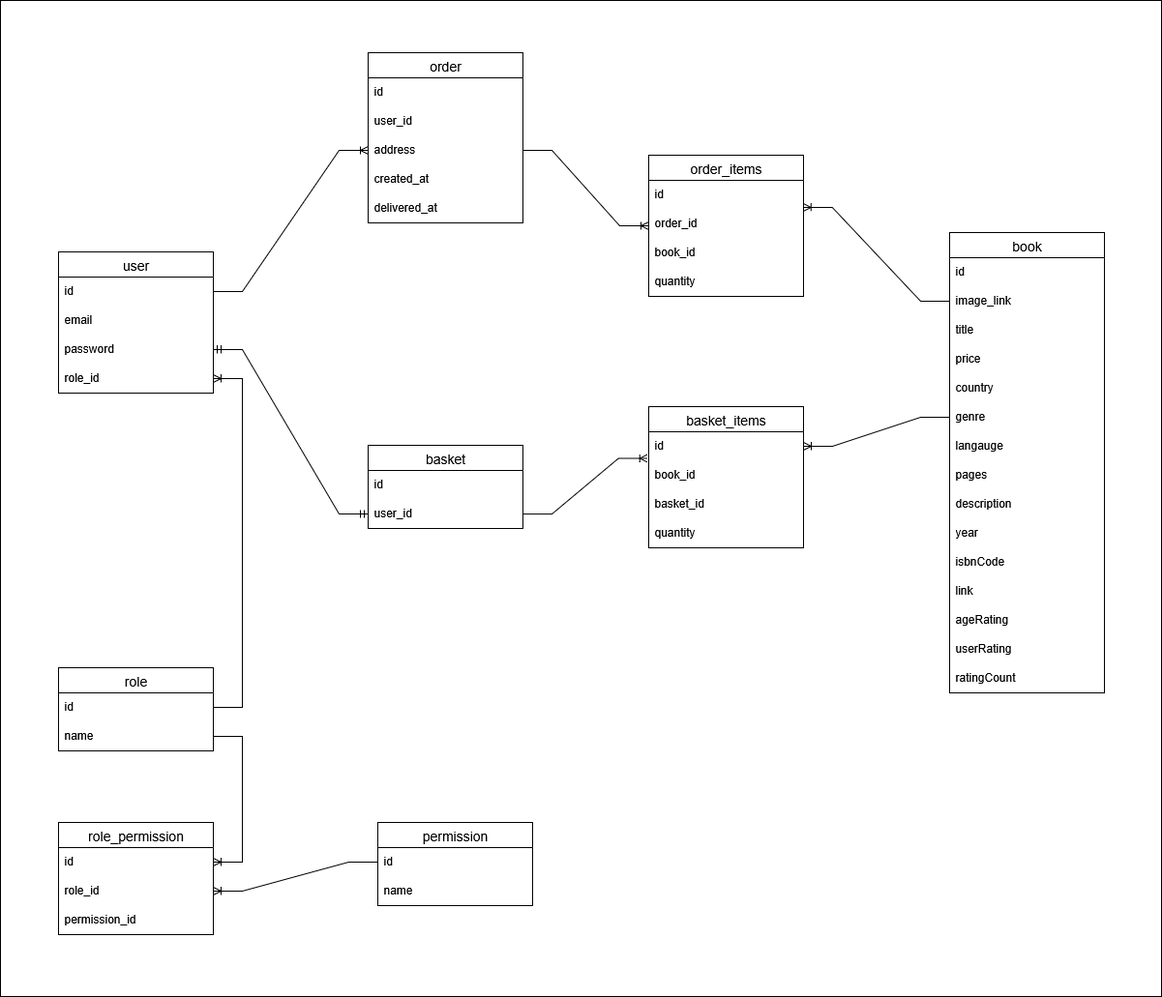
avcshka/book-store-server keeps this draw.io diagram as docs/pet-project-er-diagram.png. Above is the earlier version. Source tidied: cells renumbered, new cells last; positions are measured from the earlier drawing's top-left corner, leaving out a move shared by most shapes.
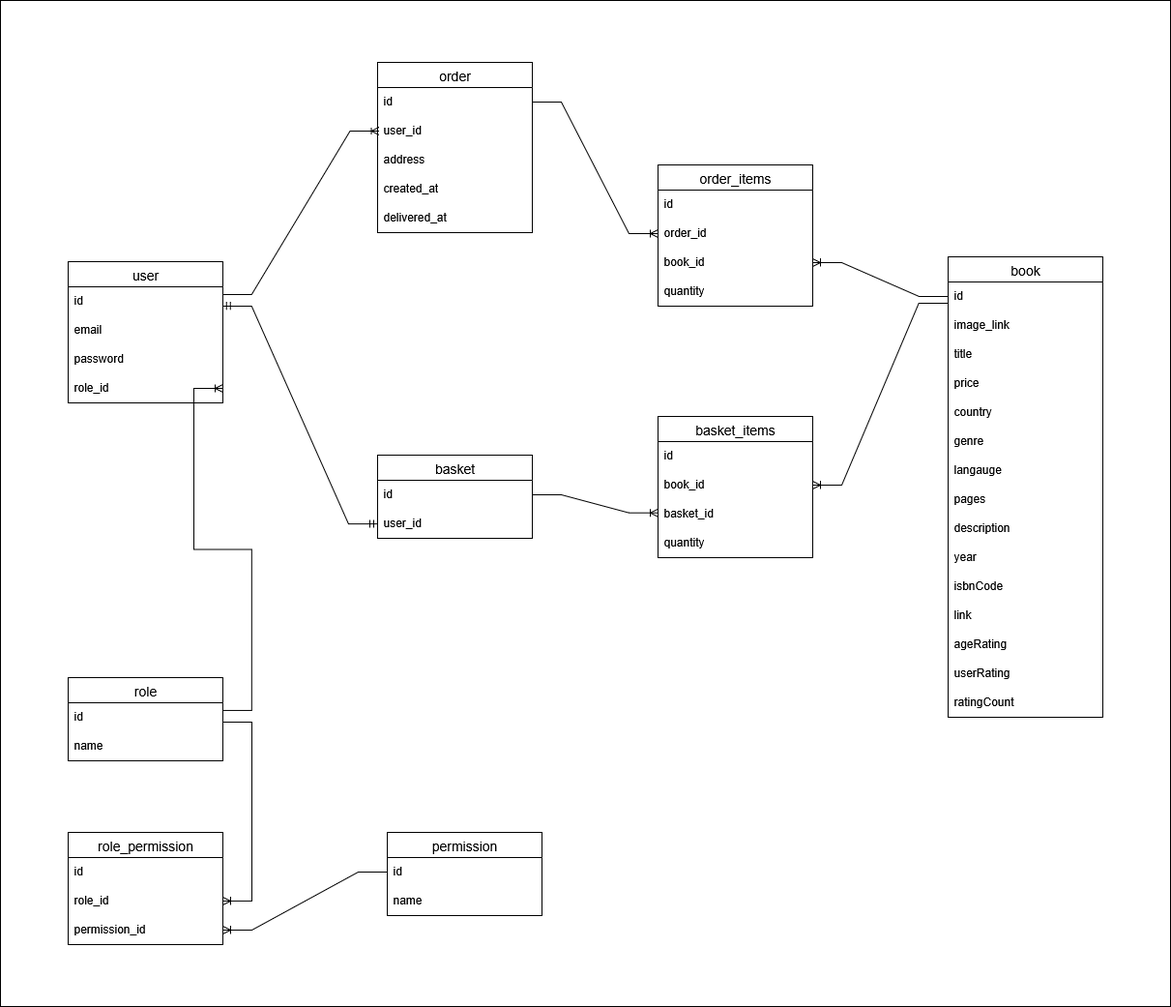
The same file after the commit.

Commit message:
Chore: fix entities styling.

The edit, as a diff of the source:
```diff
@@ -2,18 +2,18 @@
   <root>
     <mxCell id="0" />
     <mxCell id="1" parent="0" />
-    <mxCell id="2" style="rounded=0;whiteSpace=wrap;html=1;" parent="1" vertex="1">
-      <mxGeometry width="1200" height="1030" as="geometry" />
-    </mxCell>
+    <mxCell id="62" style="rounded=0;whiteSpace=wrap;html=1;" parent="1" vertex="1">
+      <mxGeometry x="-10" y="-10" width="1210" height="1040" as="geometry" />
+    </mxCell>
     <mxCell id="3" value="order" style="swimlane;fontStyle=0;horizontal=1;startSize=26;align=center;fontSize=14;" parent="1" vertex="1">
       <mxGeometry x="380" y="54" width="160" height="176" as="geometry" />
     </mxCell>
     <mxCell id="4" value="id&lt;span style=&quot;white-space: pre;&quot;&gt;&#9;&lt;/span&gt;" style="text;strokeColor=none;fillColor=none;spacingLeft=4;spacingRight=4;overflow=hidden;points=[[0,0.5],[1,0.5]];portConstraint=eastwest;fontSize=12;whiteSpace=wrap;html=1;" parent="3" vertex="1">
       <mxGeometry y="26" width="160" height="30" as="geometry" />
     </mxCell>
-    <mxCell id="5" value="user_id" style="text;strokeColor=none;fillColor=none;spacingLeft=4;spacingRight=4;overflow=hidden;fontSize=12;whiteSpace=wrap;html=1;" parent="3" vertex="1">
-      <mxGeometry y="56" width="160" height="30" as="geometry" />
-    </mxCell>
+    <mxCell id="63" value="user_id" style="text;strokeColor=none;fillColor=none;spacingLeft=4;spacingRight=4;overflow=hidden;fontSize=12;whiteSpace=wrap;html=1;" parent="3" vertex="1">
+      <mxGeometry y="56" width="160" height="30" as="geometry" />
+    </mxCell>
     <mxCell id="6" value="address" style="text;strokeColor=none;fillColor=none;spacingLeft=4;spacingRight=4;overflow=hidden;fontSize=12;whiteSpace=wrap;html=1;" parent="3" vertex="1">
       <mxGeometry y="86" width="160" height="30" as="geometry" />
     </mxCell>
@@ -24,11 +24,11 @@
       <mxGeometry y="146" width="160" height="30" as="geometry" />
     </mxCell>
     <mxCell id="9" value="book" style="swimlane;fontStyle=0;horizontal=1;startSize=26;align=center;fontSize=14;" parent="1" vertex="1">
-      <mxGeometry x="981" y="240" width="160" height="476" as="geometry" />
+      <mxGeometry x="970" y="255" width="160" height="476" as="geometry" />
     </mxCell>
-    <mxCell id="10" value="id" style="text;strokeColor=none;fillColor=none;spacingLeft=4;spacingRight=4;overflow=hidden;fontSize=12;whiteSpace=wrap;html=1;" parent="9" vertex="1">
-      <mxGeometry y="26" width="160" height="30" as="geometry" />
-    </mxCell>
+    <mxCell id="64" value="id" style="text;strokeColor=none;fillColor=none;spacingLeft=4;spacingRight=4;overflow=hidden;points=[[0,0.5],[1,0.5]];portConstraint=eastwest;fontSize=12;whiteSpace=wrap;html=1;" parent="9" vertex="1">
+      <mxGeometry y="26" width="160" height="30" as="geometry" />
+    </mxCell>
     <mxCell id="11" value="image_link" style="text;strokeColor=none;fillColor=none;spacingLeft=4;spacingRight=4;overflow=hidden;points=[[0,0.5],[1,0.5]];portConstraint=eastwest;fontSize=12;whiteSpace=wrap;html=1;" parent="9" vertex="1">
       <mxGeometry y="56" width="160" height="30" as="geometry" />
     </mxCell>
@@ -74,9 +74,9 @@
     <mxCell id="25" value="user" style="swimlane;fontStyle=0;horizontal=1;startSize=26;align=center;fontSize=14;" parent="1" vertex="1">
       <mxGeometry x="60" y="260" width="160" height="146" as="geometry" />
     </mxCell>
-    <mxCell id="26" value="&lt;span style=&quot;white-space: pre;&quot;&gt;id&#9;&lt;/span&gt;" style="text;strokeColor=none;fillColor=none;spacingLeft=4;spacingRight=4;overflow=hidden;points=[[0,0.5],[1,0.5]];portConstraint=eastwest;fontSize=12;whiteSpace=wrap;html=1;" parent="25" vertex="1">
-      <mxGeometry y="26" width="160" height="30" as="geometry" />
-    </mxCell>
+    <mxCell id="65" value="&lt;span style=&quot;white-space: pre;&quot;&gt;id&#9;&lt;/span&gt;" style="text;strokeColor=none;fillColor=none;spacingLeft=4;spacingRight=4;overflow=hidden;points=[[0,0.5],[1,0.5]];portConstraint=eastwest;fontSize=12;whiteSpace=wrap;html=1;" parent="25" vertex="1">
+      <mxGeometry y="26" width="160" height="30" as="geometry" />
+    </mxCell>
     <mxCell id="27" value="email" style="text;strokeColor=none;fillColor=none;spacingLeft=4;spacingRight=4;overflow=hidden;fontSize=12;whiteSpace=wrap;html=1;" parent="25" vertex="1">
       <mxGeometry y="56" width="160" height="30" as="geometry" />
     </mxCell>
@@ -89,102 +89,100 @@
     <mxCell id="30" value="role" style="swimlane;fontStyle=0;horizontal=1;startSize=26;align=center;fontSize=14;" parent="1" vertex="1">
       <mxGeometry x="60" y="690" width="160" height="86" as="geometry" />
     </mxCell>
-    <mxCell id="31" value="id" style="text;strokeColor=none;fillColor=none;spacingLeft=4;spacingRight=4;overflow=hidden;points=[[0,0.5],[1,0.5]];portConstraint=eastwest;fontSize=12;whiteSpace=wrap;html=1;" parent="30" vertex="1">
-      <mxGeometry y="26" width="160" height="30" as="geometry" />
-    </mxCell>
-    <mxCell id="32" value="name" style="text;strokeColor=none;fillColor=none;spacingLeft=4;spacingRight=4;overflow=hidden;points=[[0,0.5],[1,0.5]];portConstraint=eastwest;fontSize=12;whiteSpace=wrap;html=1;" parent="30" vertex="1">
-      <mxGeometry y="56" width="160" height="30" as="geometry" />
-    </mxCell>
+    <mxCell id="66" value="id" style="text;strokeColor=none;fillColor=none;spacingLeft=4;spacingRight=4;overflow=hidden;points=[[0,0.5],[1,0.5]];portConstraint=eastwest;fontSize=12;whiteSpace=wrap;html=1;" parent="30" vertex="1">
+      <mxGeometry y="26" width="160" height="30" as="geometry" />
+    </mxCell>
+    <mxCell id="67" value="name" style="text;strokeColor=none;fillColor=none;spacingLeft=4;spacingRight=4;overflow=hidden;fontSize=12;whiteSpace=wrap;html=1;" parent="30" vertex="1">
+      <mxGeometry y="56" width="160" height="30" as="geometry" />
+    </mxCell>
     <mxCell id="33" value="permission" style="swimlane;fontStyle=0;horizontal=1;startSize=26;align=center;fontSize=14;" parent="1" vertex="1">
       <mxGeometry x="390" y="850" width="160" height="86" as="geometry" />
     </mxCell>
-    <mxCell id="34" value="id" style="text;strokeColor=none;fillColor=none;spacingLeft=4;spacingRight=4;overflow=hidden;points=[[0,0.5],[1,0.5]];portConstraint=eastwest;fontSize=12;whiteSpace=wrap;html=1;" parent="33" vertex="1">
-      <mxGeometry y="26" width="160" height="30" as="geometry" />
-    </mxCell>
-    <mxCell id="35" value="name" style="text;strokeColor=none;fillColor=none;spacingLeft=4;spacingRight=4;overflow=hidden;fontSize=12;whiteSpace=wrap;html=1;" parent="33" vertex="1">
-      <mxGeometry y="56" width="160" height="30" as="geometry" />
-    </mxCell>
+    <mxCell id="68" value="id" style="text;strokeColor=none;fillColor=none;spacingLeft=4;spacingRight=4;overflow=hidden;points=[[0,0.5],[1,0.5]];portConstraint=eastwest;fontSize=12;whiteSpace=wrap;html=1;" parent="33" vertex="1">
+      <mxGeometry y="26" width="160" height="30" as="geometry" />
+    </mxCell>
+    <mxCell id="69" value="name" style="text;strokeColor=none;fillColor=none;spacingLeft=4;spacingRight=4;overflow=hidden;fontSize=12;whiteSpace=wrap;html=1;" parent="33" vertex="1">
+      <mxGeometry y="56" width="160" height="30" as="geometry" />
+    </mxCell>
     <mxCell id="36" value="role_permission" style="swimlane;fontStyle=0;horizontal=1;startSize=26;align=center;fontSize=14;" parent="1" vertex="1">
       <mxGeometry x="60" y="850" width="160" height="116" as="geometry" />
     </mxCell>
-    <mxCell id="37" value="id" style="text;strokeColor=none;fillColor=none;spacingLeft=4;spacingRight=4;overflow=hidden;points=[[0,0.5],[1,0.5]];portConstraint=eastwest;fontSize=12;whiteSpace=wrap;html=1;" parent="36" vertex="1">
-      <mxGeometry y="26" width="160" height="30" as="geometry" />
-    </mxCell>
+    <mxCell id="70" value="id" style="text;strokeColor=none;fillColor=none;spacingLeft=4;spacingRight=4;overflow=hidden;fontSize=12;whiteSpace=wrap;html=1;" parent="36" vertex="1">
+      <mxGeometry y="26" width="160" height="30" as="geometry" />
+    </mxCell>
     <mxCell id="38" value="role_id" style="text;strokeColor=none;fillColor=none;spacingLeft=4;spacingRight=4;overflow=hidden;points=[[0,0.5],[1,0.5]];portConstraint=eastwest;fontSize=12;whiteSpace=wrap;html=1;" parent="36" vertex="1">
       <mxGeometry y="56" width="160" height="30" as="geometry" />
     </mxCell>
     <mxCell id="39" value="permission_id" style="text;strokeColor=none;fillColor=none;spacingLeft=4;spacingRight=4;overflow=hidden;points=[[0,0.5],[1,0.5]];portConstraint=eastwest;fontSize=12;whiteSpace=wrap;html=1;" parent="36" vertex="1">
       <mxGeometry y="86" width="160" height="30" as="geometry" />
     </mxCell>
-    <mxCell id="40" style="edgeStyle=entityRelationEdgeStyle;fontSize=12;html=1;endArrow=ERoneToMany;rounded=0;exitX=1;exitY=0.5;exitDx=0;exitDy=0;entryX=1;entryY=0.5;entryDx=0;entryDy=0;" parent="1" edge="1" source="31" target="29">
-      <mxGeometry relative="1" as="geometry" />
-    </mxCell>
-    <mxCell id="41" style="edgeStyle=entityRelationEdgeStyle;fontSize=12;html=1;endArrow=ERoneToMany;rounded=0;exitX=1;exitY=0.5;exitDx=0;exitDy=0;entryX=1;entryY=0.5;entryDx=0;entryDy=0;" parent="1" edge="1" source="32" target="37">
-      <mxGeometry relative="1" as="geometry" />
-    </mxCell>
-    <mxCell id="42" style="edgeStyle=entityRelationEdgeStyle;fontSize=12;html=1;endArrow=ERoneToMany;rounded=0;entryX=1;entryY=0.5;entryDx=0;entryDy=0;exitX=0;exitY=0.5;exitDx=0;exitDy=0;" parent="1" edge="1" source="34" target="38">
-      <mxGeometry relative="1" as="geometry" />
-    </mxCell>
+    <mxCell id="71" style="edgeStyle=entityRelationEdgeStyle;fontSize=12;html=1;endArrow=ERoneToMany;rounded=0;exitX=0.999;exitY=0.265;exitDx=0;exitDy=0;entryX=1;entryY=0.5;entryDx=0;entryDy=0;exitPerimeter=0;" parent="1" edge="1" source="66" target="29">
+      <mxGeometry relative="1" as="geometry" />
+    </mxCell>
+    <mxCell id="72" style="edgeStyle=entityRelationEdgeStyle;fontSize=12;html=1;endArrow=ERoneToMany;rounded=0;exitX=1;exitY=0.668;exitDx=0;exitDy=0;entryX=1;entryY=0.5;entryDx=0;entryDy=0;exitPerimeter=0;" parent="1" edge="1" source="66" target="38">
+      <mxGeometry relative="1" as="geometry" />
+    </mxCell>
+    <mxCell id="73" style="edgeStyle=entityRelationEdgeStyle;fontSize=12;html=1;endArrow=ERoneToMany;rounded=0;entryX=1;entryY=0.5;entryDx=0;entryDy=0;exitX=0;exitY=0.5;exitDx=0;exitDy=0;" parent="1" edge="1" source="68" target="39">
+      <mxGeometry relative="1" as="geometry" />
+    </mxCell>
     <mxCell id="43" value="basket" style="swimlane;fontStyle=0;horizontal=1;startSize=26;align=center;fontSize=14;" parent="1" vertex="1">
       <mxGeometry x="380" y="460" width="160" height="86" as="geometry" />
     </mxCell>
-    <mxCell id="44" value="&lt;span style=&quot;white-space: pre;&quot;&gt;id&#9;&lt;/span&gt;" style="text;strokeColor=none;fillColor=none;spacingLeft=4;spacingRight=4;overflow=hidden;fontSize=12;whiteSpace=wrap;html=1;" parent="43" vertex="1">
-      <mxGeometry y="26" width="160" height="30" as="geometry" />
-    </mxCell>
-    <mxCell id="45" value="user_id" style="text;strokeColor=none;fillColor=none;spacingLeft=4;spacingRight=4;overflow=hidden;points=[[0,0.5],[1,0.5]];portConstraint=eastwest;fontSize=12;whiteSpace=wrap;html=1;" parent="43" vertex="1">
-      <mxGeometry y="56" width="160" height="30" as="geometry" />
-    </mxCell>
-    <mxCell id="46" style="edgeStyle=entityRelationEdgeStyle;fontSize=12;html=1;endArrow=ERmandOne;startArrow=ERmandOne;rounded=0;exitX=1;exitY=0.5;exitDx=0;exitDy=0;entryX=0;entryY=0.5;entryDx=0;entryDy=0;" parent="1" edge="1" source="28" target="45">
-      <mxGeometry relative="1" as="geometry" />
-    </mxCell>
-    <mxCell id="47" style="edgeStyle=entityRelationEdgeStyle;fontSize=12;html=1;endArrow=ERoneToMany;rounded=0;entryX=1;entryY=0.5;entryDx=0;entryDy=0;exitX=0;exitY=0.5;exitDx=0;exitDy=0;" parent="1" edge="1" source="15" target="51">
-      <mxGeometry relative="1" as="geometry" />
-    </mxCell>
-    <mxCell id="48" style="edgeStyle=entityRelationEdgeStyle;fontSize=12;html=1;endArrow=ERoneToMany;rounded=0;exitX=1;exitY=0.5;exitDx=0;exitDy=0;entryX=0;entryY=0.5;entryDx=0;entryDy=0;" parent="1" edge="1" source="26">
-      <mxGeometry relative="1" as="geometry">
-        <mxPoint x="380" y="155" as="targetPoint" />
-      </mxGeometry>
-    </mxCell>
-    <mxCell id="49" style="edgeStyle=entityRelationEdgeStyle;fontSize=12;html=1;endArrow=ERoneToMany;rounded=0;entryX=-0.008;entryY=0.366;entryDx=0;entryDy=0;entryPerimeter=0;exitX=1;exitY=0.5;exitDx=0;exitDy=0;" parent="1" edge="1" source="45" target="50">
-      <mxGeometry relative="1" as="geometry" />
-    </mxCell>
+    <mxCell id="74" value="&lt;span style=&quot;white-space: pre;&quot;&gt;id&#9;&lt;/span&gt;" style="text;strokeColor=none;fillColor=none;spacingLeft=4;spacingRight=4;overflow=hidden;points=[[0,0.5],[1,0.5]];portConstraint=eastwest;fontSize=12;whiteSpace=wrap;html=1;" parent="43" vertex="1">
+      <mxGeometry y="26" width="160" height="30" as="geometry" />
+    </mxCell>
+    <mxCell id="75" value="user_id" style="text;strokeColor=none;fillColor=none;spacingLeft=4;spacingRight=4;overflow=hidden;points=[[0,0.5],[1,0.5]];portConstraint=eastwest;fontSize=12;whiteSpace=wrap;html=1;" parent="43" vertex="1">
+      <mxGeometry y="56" width="160" height="30" as="geometry" />
+    </mxCell>
+    <mxCell id="76" style="edgeStyle=entityRelationEdgeStyle;fontSize=12;html=1;endArrow=ERmandOne;startArrow=ERmandOne;rounded=0;exitX=0.999;exitY=0.663;exitDx=0;exitDy=0;entryX=0;entryY=0.5;entryDx=0;entryDy=0;exitPerimeter=0;" parent="1" edge="1" source="65" target="75">
+      <mxGeometry relative="1" as="geometry" />
+    </mxCell>
+    <mxCell id="77" style="edgeStyle=entityRelationEdgeStyle;fontSize=12;html=1;endArrow=ERoneToMany;rounded=0;entryX=1;entryY=0.5;entryDx=0;entryDy=0;exitX=-0.002;exitY=0.733;exitDx=0;exitDy=0;exitPerimeter=0;" parent="1" edge="1" source="64" target="52">
+      <mxGeometry relative="1" as="geometry" />
+    </mxCell>
+    <mxCell id="78" style="edgeStyle=entityRelationEdgeStyle;fontSize=12;html=1;endArrow=ERoneToMany;rounded=0;exitX=0.999;exitY=0.267;exitDx=0;exitDy=0;entryX=0;entryY=0.5;entryDx=0;entryDy=0;exitPerimeter=0;" parent="1" edge="1" source="65">
+      <mxGeometry relative="1" as="geometry">
+        <mxPoint x="381.6" y="125" as="targetPoint" />
+      </mxGeometry>
+    </mxCell>
+    <mxCell id="79" style="edgeStyle=entityRelationEdgeStyle;fontSize=12;html=1;endArrow=ERoneToMany;rounded=0;exitX=1;exitY=0.5;exitDx=0;exitDy=0;entryX=0;entryY=0.456;entryDx=0;entryDy=0;entryPerimeter=0;" parent="1" edge="1" source="74" target="53">
+      <mxGeometry relative="1" as="geometry" />
+    </mxCell>
     <mxCell id="50" value="basket_items" style="swimlane;fontStyle=0;horizontal=1;startSize=26;align=center;fontSize=14;" parent="1" vertex="1">
       <mxGeometry x="670" y="420" width="160" height="146" as="geometry" />
     </mxCell>
-    <mxCell id="51" value="&lt;span style=&quot;white-space: pre;&quot;&gt;id&#9;&lt;/span&gt;" style="text;strokeColor=none;fillColor=none;spacingLeft=4;spacingRight=4;overflow=hidden;points=[[0,0.5],[1,0.5]];portConstraint=eastwest;fontSize=12;whiteSpace=wrap;html=1;" parent="50" vertex="1">
-      <mxGeometry y="26" width="160" height="30" as="geometry" />
-    </mxCell>
+    <mxCell id="80" value="&lt;span style=&quot;white-space: pre;&quot;&gt;id&#9;&lt;/span&gt;" style="text;strokeColor=none;fillColor=none;spacingLeft=4;spacingRight=4;overflow=hidden;fontSize=12;whiteSpace=wrap;html=1;" parent="50" vertex="1">
+      <mxGeometry y="26" width="160" height="30" as="geometry" />
+    </mxCell>
     <mxCell id="52" value="book_id" style="text;strokeColor=none;fillColor=none;spacingLeft=4;spacingRight=4;overflow=hidden;points=[[0,0.5],[1,0.5]];portConstraint=eastwest;fontSize=12;whiteSpace=wrap;html=1;" parent="50" vertex="1">
       <mxGeometry y="56" width="160" height="30" as="geometry" />
     </mxCell>
     <mxCell id="53" value="basket_id" style="text;strokeColor=none;fillColor=none;spacingLeft=4;spacingRight=4;overflow=hidden;points=[[0,0.5],[1,0.5]];portConstraint=eastwest;fontSize=12;whiteSpace=wrap;html=1;" parent="50" vertex="1">
       <mxGeometry y="86" width="160" height="30" as="geometry" />
     </mxCell>
-    <mxCell id="54" value="quantity" style="text;strokeColor=none;fillColor=none;spacingLeft=4;spacingRight=4;overflow=hidden;fontSize=12;whiteSpace=wrap;html=1;" parent="50" vertex="1">
-      <mxGeometry y="116" width="160" height="30" as="geometry" />
-    </mxCell>
-    <mxCell id="55" style="edgeStyle=entityRelationEdgeStyle;fontSize=12;html=1;endArrow=ERoneToMany;rounded=0;exitX=1;exitY=0.5;exitDx=0;exitDy=0;entryX=0;entryY=0.5;entryDx=0;entryDy=0;" parent="1" edge="1" target="56">
-      <mxGeometry relative="1" as="geometry">
-        <mxPoint x="540" y="155" as="sourcePoint" />
-      </mxGeometry>
-    </mxCell>
+    <mxCell id="81" value="quantity" style="text;strokeColor=none;fillColor=none;spacingLeft=4;spacingRight=4;overflow=hidden;fontSize=12;whiteSpace=wrap;html=1;" parent="50" vertex="1">
+      <mxGeometry y="116" width="160" height="30" as="geometry" />
+    </mxCell>
+    <mxCell id="82" style="edgeStyle=entityRelationEdgeStyle;fontSize=12;html=1;endArrow=ERoneToMany;rounded=0;exitX=1;exitY=0.5;exitDx=0;exitDy=0;entryX=0;entryY=0.5;entryDx=0;entryDy=0;" parent="1" edge="1" source="4" target="58">
+      <mxGeometry relative="1" as="geometry" />
+    </mxCell>
     <mxCell id="56" value="order_items" style="swimlane;fontStyle=0;horizontal=1;startSize=26;align=center;fontSize=14;" parent="1" vertex="1">
       <mxGeometry x="670" y="160" width="160" height="146" as="geometry" />
     </mxCell>
-    <mxCell id="57" value="&lt;span style=&quot;white-space: pre;&quot;&gt;id&#9;&lt;/span&gt;" style="text;strokeColor=none;fillColor=none;spacingLeft=4;spacingRight=4;overflow=hidden;points=[[0,0.5],[1,0.5]];portConstraint=eastwest;fontSize=12;whiteSpace=wrap;html=1;" parent="56" vertex="1">
-      <mxGeometry y="26" width="160" height="30" as="geometry" />
-    </mxCell>
+    <mxCell id="83" value="&lt;span style=&quot;white-space: pre;&quot;&gt;id&#9;&lt;/span&gt;" style="text;strokeColor=none;fillColor=none;spacingLeft=4;spacingRight=4;overflow=hidden;fontSize=12;whiteSpace=wrap;html=1;" parent="56" vertex="1">
+      <mxGeometry y="26" width="160" height="30" as="geometry" />
+    </mxCell>
     <mxCell id="58" value="order_id" style="text;strokeColor=none;fillColor=none;spacingLeft=4;spacingRight=4;overflow=hidden;points=[[0,0.5],[1,0.5]];portConstraint=eastwest;fontSize=12;whiteSpace=wrap;html=1;" parent="56" vertex="1">
       <mxGeometry y="56" width="160" height="30" as="geometry" />
     </mxCell>
     <mxCell id="59" value="book_id" style="text;strokeColor=none;fillColor=none;spacingLeft=4;spacingRight=4;overflow=hidden;points=[[0,0.5],[1,0.5]];portConstraint=eastwest;fontSize=12;whiteSpace=wrap;html=1;" parent="56" vertex="1">
       <mxGeometry y="86" width="160" height="30" as="geometry" />
     </mxCell>
-    <mxCell id="60" value="quantity" style="text;strokeColor=none;fillColor=none;spacingLeft=4;spacingRight=4;overflow=hidden;fontSize=12;whiteSpace=wrap;html=1;" parent="56" vertex="1">
-      <mxGeometry y="116" width="160" height="30" as="geometry" />
-    </mxCell>
-    <mxCell id="61" style="edgeStyle=entityRelationEdgeStyle;fontSize=12;html=1;endArrow=ERoneToMany;rounded=0;exitX=0;exitY=0.5;exitDx=0;exitDy=0;entryX=0.998;entryY=0.933;entryDx=0;entryDy=0;entryPerimeter=0;" parent="1" edge="1" source="11" target="57">
-      <mxGeometry relative="1" as="geometry" />
-    </mxCell>
+    <mxCell id="84" value="quantity" style="text;strokeColor=none;fillColor=none;spacingLeft=4;spacingRight=4;overflow=hidden;fontSize=12;whiteSpace=wrap;html=1;" parent="56" vertex="1">
+      <mxGeometry y="116" width="160" height="30" as="geometry" />
+    </mxCell>
+    <mxCell id="85" style="edgeStyle=entityRelationEdgeStyle;fontSize=12;html=1;endArrow=ERoneToMany;rounded=0;exitX=0;exitY=0.5;exitDx=0;exitDy=0;entryX=1;entryY=0.5;entryDx=0;entryDy=0;" parent="1" edge="1" source="64" target="59">
+      <mxGeometry relative="1" as="geometry" />
+    </mxCell>
   </root>
 </mxGraphModel>
```
